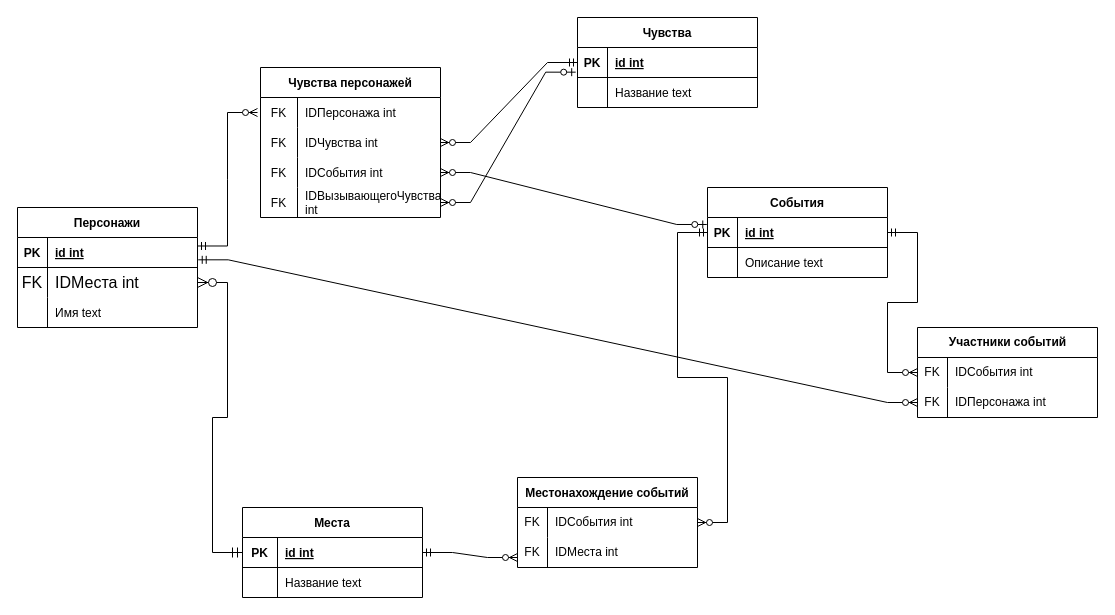
This is даталогическая модель.drawio from Deyzer2566/BD1, a draw.io file, before an edit. Source tidied: cells renumbered, new cells numbered last; positions are measured from the earlier drawing's top-left corner, leaving out a move shared by most shapes. Both pictures are drawn from the tidied source at 100%, with x=0, y=0 at pixel (17, 17).
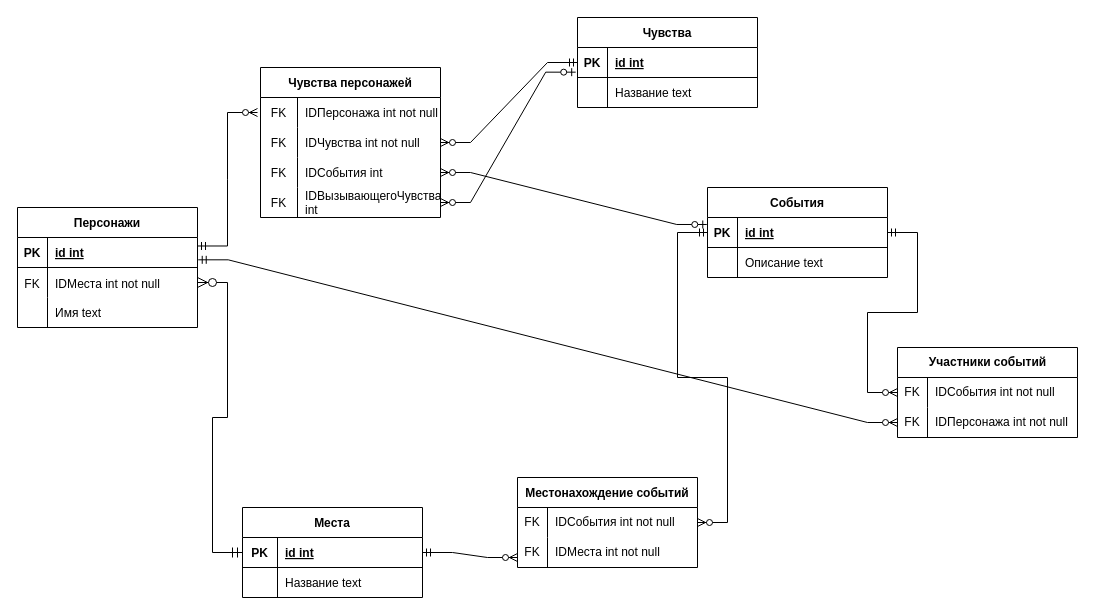
Above is the later version.

Unchanged cells that the change refers to:
```xml
<mxCell id="20" style="shape=tableRow;horizontal=0;startSize=0;swimlaneHead=0;swimlaneBody=0;fillColor=none;points=[[0,0.5],[1,0.5]];portConstraint=eastwest;top=0;left=0;right=0;bottom=0;fontSize=16;rounded=0;" parent="16" vertex="1">
  <mxGeometry y="60" width="180" height="30" as="geometry" />
</mxCell>
<mxCell id="34" style="shape=tableRow;horizontal=0;startSize=0;swimlaneHead=0;swimlaneBody=0;fillColor=none;points=[[0,0.5],[1,0.5]];portConstraint=eastwest;top=0;left=0;right=0;bottom=0;rounded=0;" parent="33" vertex="1">
  <mxGeometry y="30" width="180" height="30" as="geometry" />
</mxCell>
<mxCell id="37" style="shape=tableRow;horizontal=0;startSize=0;swimlaneHead=0;swimlaneBody=0;fillColor=none;points=[[0,0.5],[1,0.5]];portConstraint=eastwest;top=0;left=0;right=0;bottom=0;rounded=0;" parent="33" vertex="1">
  <mxGeometry y="60" width="180" height="30" as="geometry" />
</mxCell>
<mxCell id="45" style="shape=tableRow;horizontal=0;startSize=0;swimlaneHead=0;swimlaneBody=0;fillColor=none;points=[[0,0.5],[1,0.5]];portConstraint=eastwest;top=0;left=0;right=0;bottom=0;rounded=0;" parent="44" vertex="1">
  <mxGeometry y="30" width="180" height="30" as="geometry" />
</mxCell>
<mxCell id="48" style="shape=tableRow;horizontal=0;startSize=0;swimlaneHead=0;swimlaneBody=0;fillColor=none;points=[[0,0.5],[1,0.5]];portConstraint=eastwest;top=0;left=0;right=0;bottom=0;rounded=0;" parent="44" vertex="1">
  <mxGeometry y="60" width="180" height="30" as="geometry" />
</mxCell>
<mxCell id="54" style="shape=tableRow;horizontal=0;startSize=0;swimlaneHead=0;swimlaneBody=0;fillColor=none;top=0;left=0;right=0;bottom=0;rounded=0;" parent="53" vertex="1">
  <mxGeometry y="30" width="180" height="30" as="geometry" />
</mxCell>
<mxCell id="57" style="shape=tableRow;horizontal=0;startSize=0;swimlaneHead=0;swimlaneBody=0;fillColor=none;points=[[0,0.5],[1,0.5]];portConstraint=eastwest;top=0;left=0;right=0;bottom=0;rounded=0;" parent="53" vertex="1">
  <mxGeometry y="60" width="180" height="30" as="geometry" />
</mxCell>
```

Diff of the diagram source:
```diff
@@
-    <mxCell id="21" value="FK" style="shape=partialRectangle;fillColor=none;top=0;left=0;bottom=0;right=0;fontStyle=0;overflow=hidden;whiteSpace=wrap;html=1;fontSize=16;rounded=0;" parent="20" vertex="1">
+    <mxCell id="21" value="&lt;font style=&quot;font-size: 12px;&quot;&gt;FK&lt;/font&gt;" style="shape=partialRectangle;fillColor=none;top=0;left=0;bottom=0;right=0;fontStyle=0;overflow=hidden;whiteSpace=wrap;html=1;fontSize=16;rounded=0;" parent="20" vertex="1">
       <mxGeometry width="30" height="30" as="geometry" />
     </mxCell>
-    <mxCell id="22" value="IDМеста int" style="shape=partialRectangle;fillColor=none;top=0;left=0;bottom=0;right=0;align=left;spacingLeft=6;fontStyle=0;overflow=hidden;whiteSpace=wrap;html=1;fontSize=16;rounded=0;" parent="20" vertex="1">
+    <mxCell id="22" value="&lt;font style=&quot;font-size: 12px;&quot;&gt;IDМеста int not null&lt;/font&gt;" style="shape=partialRectangle;fillColor=none;top=0;left=0;bottom=0;right=0;align=left;spacingLeft=6;fontStyle=0;overflow=hidden;whiteSpace=wrap;html=1;fontSize=16;rounded=0;" parent="20" vertex="1">
       <mxGeometry x="30" width="150" height="30" as="geometry" />
     </mxCell>
@@
-    <mxCell id="36" value="IDСобытия int" style="shape=partialRectangle;fillColor=none;top=0;left=0;bottom=0;right=0;align=left;spacingLeft=6;fontStyle=0;overflow=hidden;whiteSpace=wrap;html=1;rounded=0;" parent="34" vertex="1">
+    <mxCell id="36" value="IDСобытия int not null" style="shape=partialRectangle;fillColor=none;top=0;left=0;bottom=0;right=0;align=left;spacingLeft=6;fontStyle=0;overflow=hidden;whiteSpace=wrap;html=1;rounded=0;" parent="34" vertex="1">
       <mxGeometry x="30" width="150" height="30" as="geometry" />
     </mxCell>
@@
-    <mxCell id="39" value="IDМеста int" style="shape=partialRectangle;fillColor=none;top=0;left=0;bottom=0;right=0;align=left;spacingLeft=6;fontStyle=0;overflow=hidden;whiteSpace=wrap;html=1;rounded=0;" parent="37" vertex="1">
+    <mxCell id="39" value="IDМеста int not null" style="shape=partialRectangle;fillColor=none;top=0;left=0;bottom=0;right=0;align=left;spacingLeft=6;fontStyle=0;overflow=hidden;whiteSpace=wrap;html=1;rounded=0;" parent="37" vertex="1">
       <mxGeometry x="30" width="150" height="30" as="geometry" />
     </mxCell>
@@
     <mxCell id="44" value="Участники событий" style="shape=table;startSize=30;childLayout=tableLayout;rowLines=0;fontStyle=1;align=center;html=1;rounded=0;" parent="1" vertex="1">
-      <mxGeometry x="900" y="310" width="180" height="90" as="geometry" />
+      <mxGeometry x="880" y="330" width="180" height="90" as="geometry" />
     </mxCell>
@@
-    <mxCell id="47" value="IDСобытия int" style="shape=partialRectangle;fillColor=none;top=0;left=0;bottom=0;right=0;align=left;spacingLeft=6;fontStyle=0;overflow=hidden;whiteSpace=wrap;html=1;rounded=0;" parent="45" vertex="1">
+    <mxCell id="47" value="IDСобытия int not null" style="shape=partialRectangle;fillColor=none;top=0;left=0;bottom=0;right=0;align=left;spacingLeft=6;fontStyle=0;overflow=hidden;whiteSpace=wrap;html=1;rounded=0;" parent="45" vertex="1">
       <mxGeometry x="30" width="150" height="30" as="geometry" />
     </mxCell>
@@
-    <mxCell id="50" value="IDПерсонажа int" style="shape=partialRectangle;fillColor=none;top=0;left=0;bottom=0;right=0;align=left;spacingLeft=6;fontStyle=0;overflow=hidden;whiteSpace=wrap;html=1;rounded=0;" parent="48" vertex="1">
+    <mxCell id="50" value="IDПерсонажа int not null" style="shape=partialRectangle;fillColor=none;top=0;left=0;bottom=0;right=0;align=left;spacingLeft=6;fontStyle=0;overflow=hidden;whiteSpace=wrap;html=1;rounded=0;" parent="48" vertex="1">
       <mxGeometry x="30" width="150" height="30" as="geometry" />
     </mxCell>
@@
-    <mxCell id="56" value="IDПерсонажа int" style="shape=partialRectangle;fillColor=none;top=0;left=0;bottom=0;right=0;align=left;spacingLeft=6;fontStyle=0;overflow=hidden;rounded=0;" parent="54" vertex="1">
+    <mxCell id="56" value="IDПерсонажа int not null" style="shape=partialRectangle;fillColor=none;top=0;left=0;bottom=0;right=0;align=left;spacingLeft=6;fontStyle=0;overflow=hidden;rounded=0;" parent="54" vertex="1">
       <mxGeometry x="37" width="143" height="30" as="geometry" />
     </mxCell>
@@
-    <mxCell id="59" value="IDЧувства int" style="shape=partialRectangle;fillColor=none;top=0;left=0;bottom=0;right=0;align=left;spacingLeft=6;fontStyle=0;overflow=hidden;rounded=0;" parent="57" vertex="1">
+    <mxCell id="59" value="IDЧувства int not null" style="shape=partialRectangle;fillColor=none;top=0;left=0;bottom=0;right=0;align=left;spacingLeft=6;fontStyle=0;overflow=hidden;rounded=0;" parent="57" vertex="1">
       <mxGeometry x="37" width="143" height="30" as="geometry" />
     </mxCell>
```
